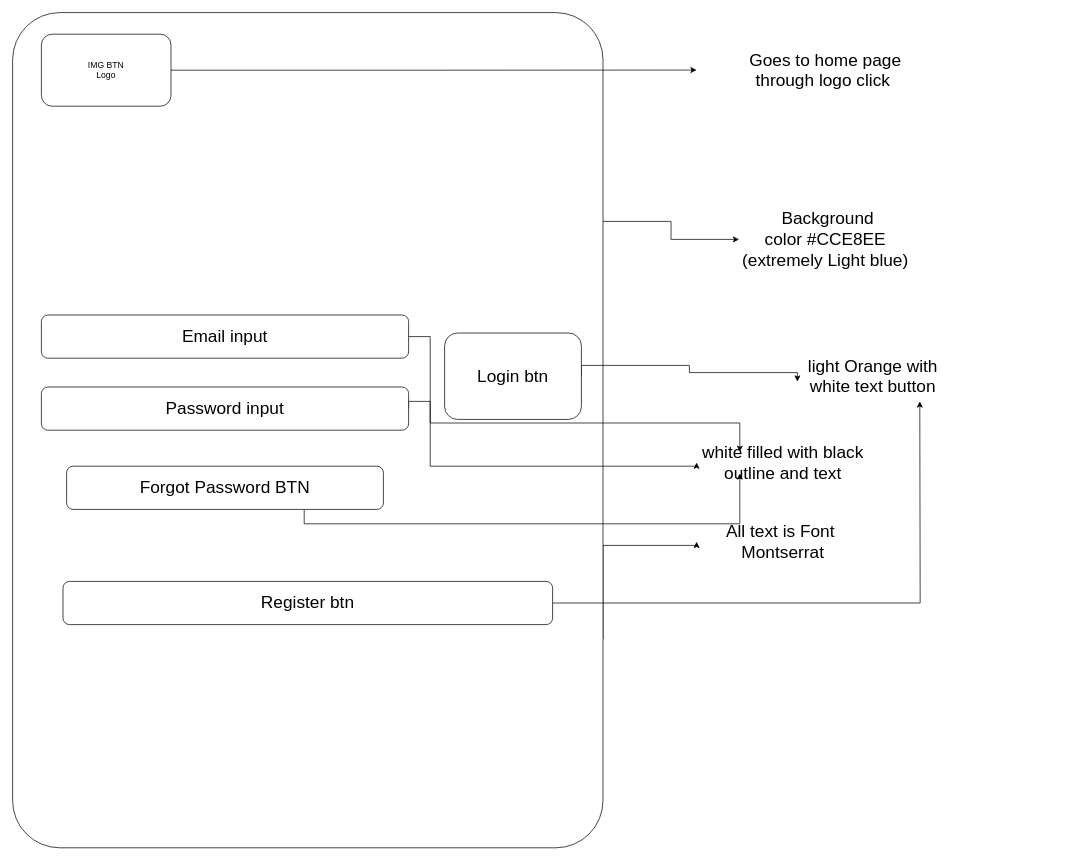
Before: Wireframes/LoginPageMBAPP.drawio in BarryHennett/ISCG7424_MobileAssignment, a draw.io diagram. Source tidied: cells renumbered, new cells numbered last; positions are measured from the earlier drawing's top-left corner, leaving out a move shared by most shapes. Both pictures are drawn from the tidied source at 72%, with x=0, y=0 at pixel (12, 12).
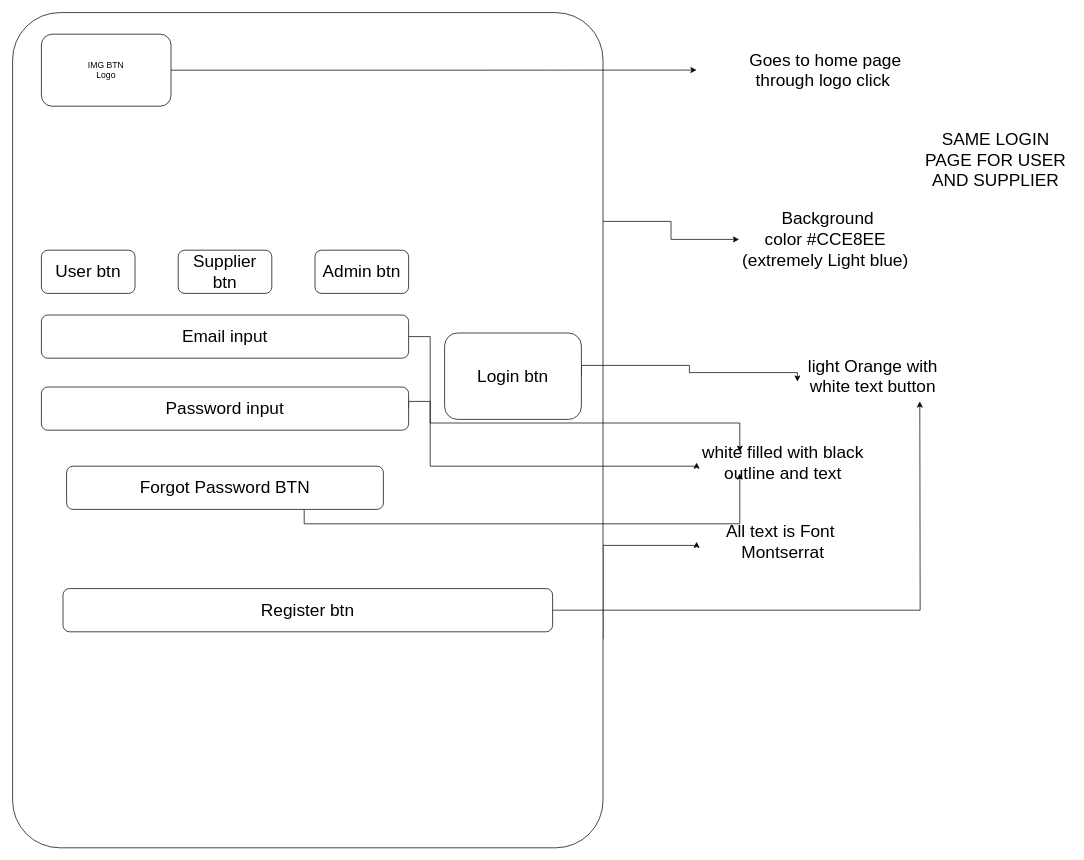
The same page after the edit.

Change to the diagram source:
```diff
@@
     <mxCell id="18" value="&lt;font style=&quot;font-size: 24px;&quot;&gt;Register btn&lt;/font&gt;" style="rounded=1;whiteSpace=wrap;html=1;" parent="1" vertex="1">
-      <mxGeometry x="70" y="790" width="680" height="60" as="geometry" />
+      <mxGeometry x="70" y="800" width="680" height="60" as="geometry" />
     </mxCell>
@@
+    <mxCell id="22" value="User btn" style="rounded=1;whiteSpace=wrap;html=1;fontSize=24;" parent="1" vertex="1">
+      <mxGeometry x="40" y="330" width="130" height="60" as="geometry" />
+    </mxCell>
+    <mxCell id="23" value="Supplier btn" style="rounded=1;whiteSpace=wrap;html=1;fontSize=24;" parent="1" vertex="1">
+      <mxGeometry x="230" y="330" width="130" height="60" as="geometry" />
+    </mxCell>
+    <mxCell id="24" value="Admin btn" style="rounded=1;whiteSpace=wrap;html=1;fontSize=24;" parent="1" vertex="1">
+      <mxGeometry x="420" y="330" width="130" height="60" as="geometry" />
+    </mxCell>
+    <mxCell id="25" value="&lt;font style=&quot;font-size: 24px;&quot;&gt;SAME LOGIN PAGE FOR USER AND SUPPLIER&lt;/font&gt;" style="text;html=1;align=center;verticalAlign=middle;whiteSpace=wrap;rounded=0;" parent="1" vertex="1">
+      <mxGeometry x="1260" y="160" width="211" height="90" as="geometry" />
+    </mxCell>
```
